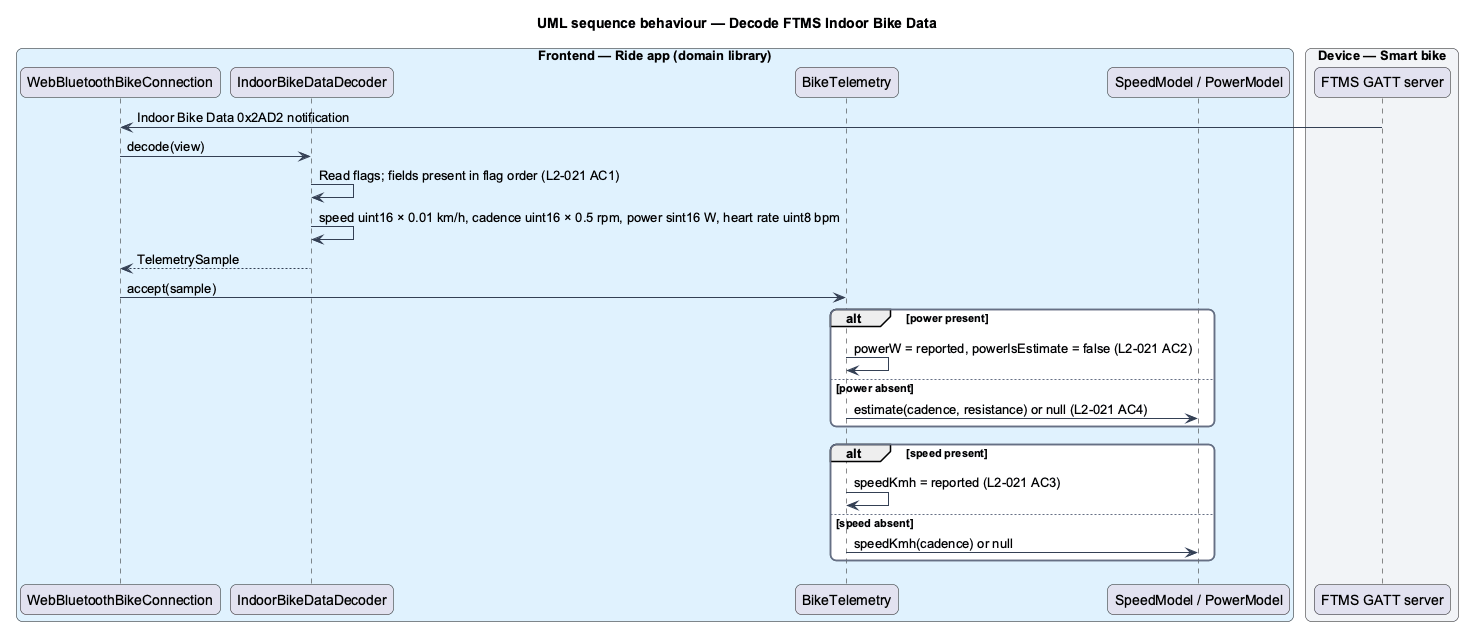
Earlier version of the PlantUML export docs/detailed-designs/bike/read-bike-telemetry/diagrams/sequence-decode-ftms-data.png (QuinntyneBrown/ride-one).
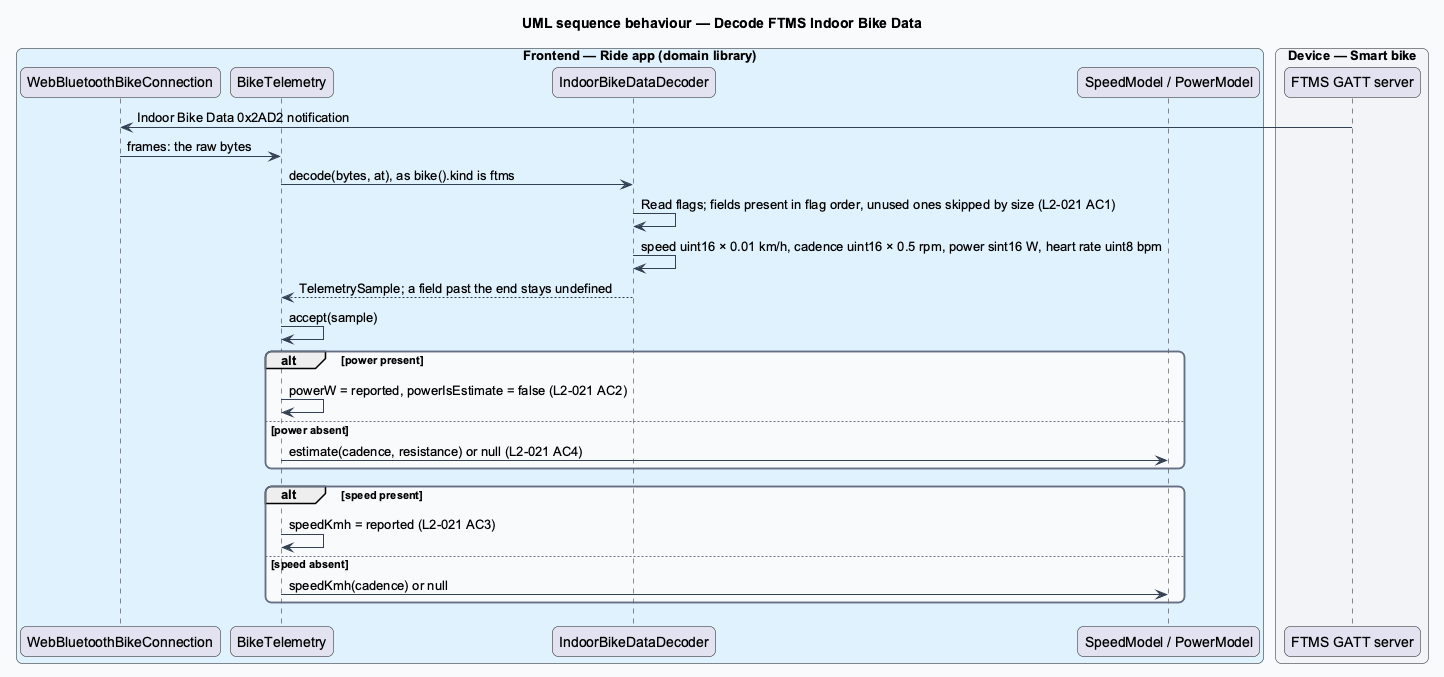
After the commit.

Change to the diagram source:
```diff
@@ -16,19 +16,20 @@
 }
 box "Frontend — Ride app (domain library)" #E0F2FE
   participant "WebBluetoothBikeConnection" as conn
+  participant "BikeTelemetry" as tele
   participant "IndoorBikeDataDecoder" as dec
-  participant "BikeTelemetry" as tele
   participant "SpeedModel / PowerModel" as models
 end box
 box "Device — Smart bike" #F2F4F7
   participant "FTMS GATT server" as bike
 end box
 bike -> conn : Indoor Bike Data 0x2AD2 notification
-conn -> dec : decode(view)
-dec -> dec : Read flags; fields present in flag order (L2-021 AC1)
+conn -> tele : frames: the raw bytes
+tele -> dec : decode(bytes, at), as bike().kind is ftms
+dec -> dec : Read flags; fields present in flag order, unused ones skipped by size (L2-021 AC1)
 dec -> dec : speed uint16 × 0.01 km/h, cadence uint16 × 0.5 rpm, power sint16 W, heart rate uint8 bpm
-dec --> conn : TelemetrySample
-conn -> tele : accept(sample)
+dec --> tele : TelemetrySample; a field past the end stays undefined
+tele -> tele : accept(sample)
 alt power present
   tele -> tele : powerW = reported, powerIsEstimate = false (L2-021 AC2)
 else power absent
```
